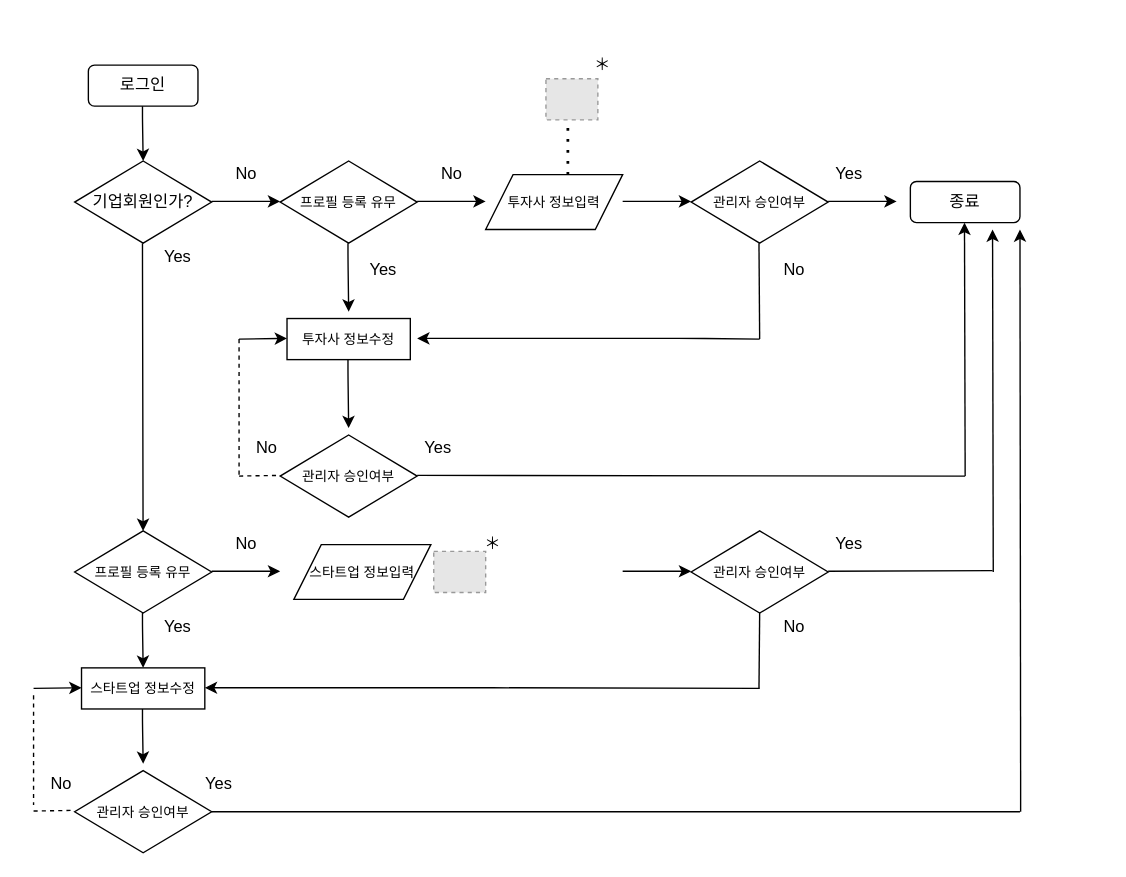
Earlier version of the draw.io diagram 비즈니스나우 프로필.drawio (Lucidhomme/TIL). Source tidied: cells renumbered, new cells numbered last; positions are measured from the earlier drawing's top-left corner, leaving out a move shared by most shapes. Both pictures are drawn from the tidied source at 137%, with x=0, y=0 at pixel (33, 51). Pictures stored in the file or linked from it are replaced by grey dashed boxes.
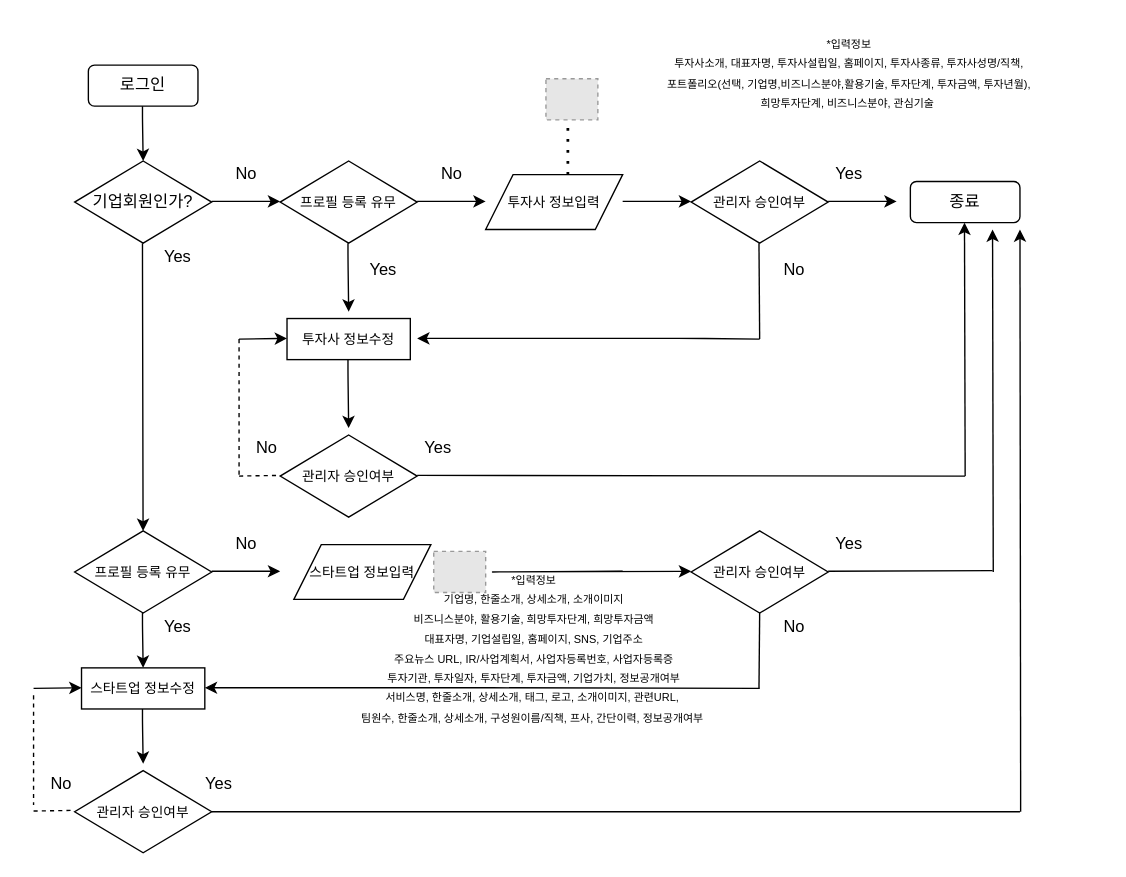
After the change.

Commit message:
Update 비즈니스나우 프로필.drawio

The edit, as a diff of the source:
```diff
@@
-    <mxCell id="17" value="＊" style="text;html=1;align=center;verticalAlign=middle;fillColor=none;strokeColor=none;rounded=0;" parent="1" vertex="1">
-      <mxGeometry x="400" width="30" height="20" as="geometry" />
+    <mxCell id="17" value="&lt;span style=&quot;font-size: 8px&quot;&gt;*입력정보&lt;br&gt;투자사소개, 대표자명, 투자사설립일, 홈페이지, 투자사종류, 투자사성명/직책, &lt;br&gt;포트폴리오(선택, 기업명,비즈니스분야,활용기술, 투자단계, 투자금액, 투자년월),&lt;br&gt;희망투자단계, 비즈니스분야, 관심기술&amp;nbsp;&lt;br&gt;&lt;/span&gt;" style="text;html=1;align=center;verticalAlign=middle;fillColor=none;strokeColor=none;rounded=0;" parent="1" vertex="1">
+      <mxGeometry x="410" y="-20" width="370" height="70" as="geometry" />
     </mxCell>
@@
-    <mxCell id="54" value="＊" style="text;html=1;align=center;verticalAlign=middle;fillColor=none;strokeColor=none;rounded=0;" parent="1" vertex="1">
-      <mxGeometry x="320" y="350" width="30" height="20" as="geometry" />
+    <mxCell id="54" value="&lt;font style=&quot;font-size: 8px&quot;&gt;*입력정보&lt;br&gt;기업명, 한줄소개, 상세소개, 소개이미지&lt;br&gt;비즈니스분야, 활용기술, 희망투자단계, 희망투자금액&lt;br&gt;대표자명, 기업설립일, 홈페이지, SNS, 기업주소&lt;br&gt;주요뉴스 URL, IR/사업계획서, 사업자등록번호, 사업자등록증&lt;br&gt;투자기관, 투자일자, 투자단계, 투자금액, 기업가치, 정보공개여부&lt;br&gt;서비스명, 한줄소개, 상세소개, 태그, 로고, 소개이미지, 관련URL,&amp;nbsp;&lt;br&gt;팀원수, 한줄소개, 상세소개, 구성원이름/직책, 프사, 간단이력, 정보공개여부&amp;nbsp;&lt;br&gt;&lt;/font&gt;" style="text;html=1;align=center;verticalAlign=middle;fillColor=none;strokeColor=none;rounded=0;" parent="1" vertex="1">
+      <mxGeometry x="190" y="370" width="350" height="130" as="geometry" />
     </mxCell>
     <mxCell id="55" style="endArrow=classic;html=1;" parent="1" edge="1">
       <mxGeometry relative="1" as="geometry">
         <mxPoint x="430" y="379.5" as="sourcePoint" />
         <mxPoint x="480" y="379.5" as="targetPoint" />
         <Array as="points">
-          <mxPoint x="440" y="379.5" />
+          <mxPoint x="330" y="380" />
         </Array>
       </mxGeometry>
     </mxCell>
```
